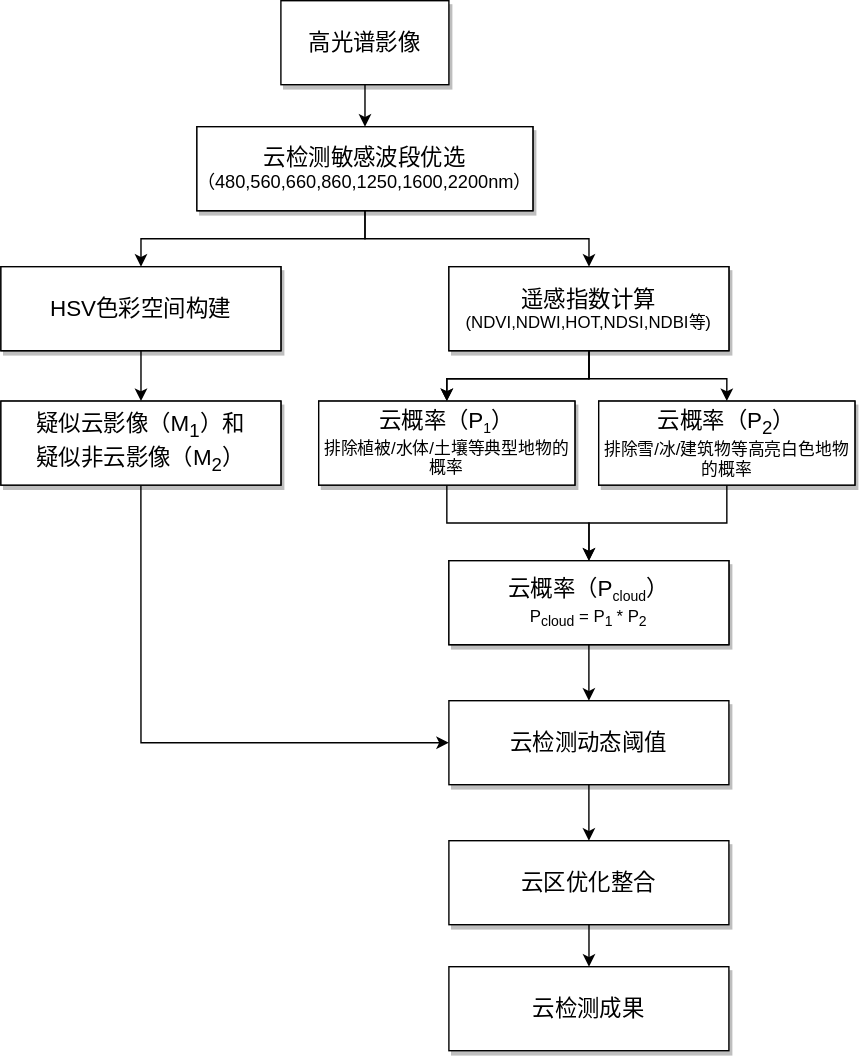
Above: 高光谱论文.svg in tianjg/tianjg.github.io (draw.io), before the change. Source tidied: cells renumbered, new cells last; positions are measured from the earlier drawing's top-left corner, leaving out a move shared by most shapes.
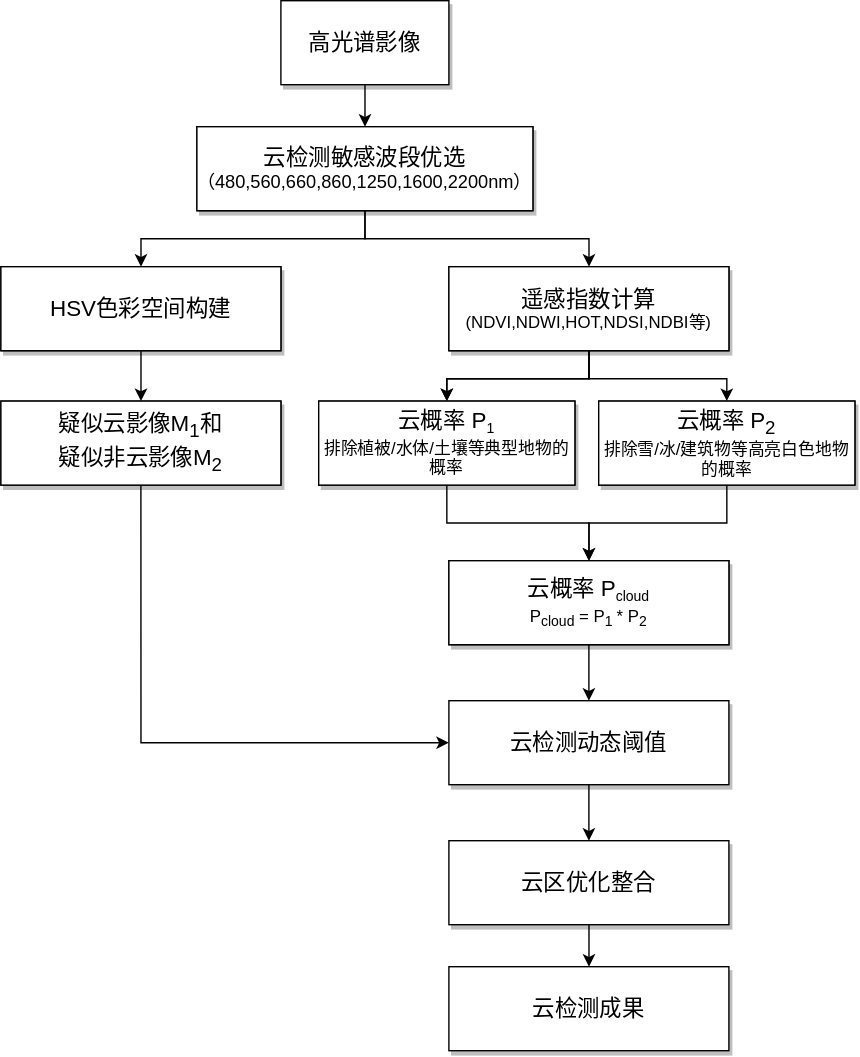
After the change.

Commit message:
更新高光谱论文.svg

The edit, as a diff of the source:
```diff
@@ -84,19 +84,19 @@
     <mxCell id="27" value="&lt;font style=&quot;font-size: 16px&quot;&gt;HSV色彩空间构建&lt;/font&gt;" style="whiteSpace=wrap;html=1;rounded=0;shadow=1;" parent="1" vertex="1">
       <mxGeometry y="190" width="200" height="60" as="geometry" />
     </mxCell>
-    <mxCell id="28" value="&lt;font style=&quot;font-size: 16px&quot;&gt;疑似云影像（M&lt;sub&gt;1&lt;/sub&gt;）和&lt;br&gt;疑似非云影像（M&lt;sub&gt;2&lt;/sub&gt;）&lt;/font&gt;" style="whiteSpace=wrap;html=1;rounded=0;shadow=1;" parent="1" vertex="1">
+    <mxCell id="28" value="&lt;font style=&quot;font-size: 16px&quot;&gt;疑似云影像M&lt;sub&gt;1&lt;/sub&gt;和&lt;br&gt;疑似非云影像M&lt;sub&gt;2&lt;/sub&gt;&lt;/font&gt;" style="whiteSpace=wrap;html=1;rounded=0;shadow=1;" parent="1" vertex="1">
       <mxGeometry y="286" width="200" height="60" as="geometry" />
     </mxCell>
-    <mxCell id="29" value="&lt;font style=&quot;font-size: 16px&quot;&gt;云概率（P&lt;/font&gt;&lt;font style=&quot;font-size: 12px&quot;&gt;&lt;sub&gt;1&lt;/sub&gt;&lt;/font&gt;&lt;font style=&quot;font-size: 16px&quot;&gt;）&lt;/font&gt;&lt;br style=&quot;box-sizing: content-box ; margin: 0px ; padding: 0px&quot;&gt;排除植被/水体/土壤等典型地物的概率" style="whiteSpace=wrap;html=1;rounded=0;shadow=1;" parent="1" vertex="1">
+    <mxCell id="29" value="&lt;font style=&quot;font-size: 16px&quot;&gt;云概率 P&lt;/font&gt;&lt;font style=&quot;font-size: 12px&quot;&gt;&lt;sub&gt;1&lt;/sub&gt;&lt;/font&gt;&lt;br style=&quot;box-sizing: content-box ; margin: 0px ; padding: 0px&quot;&gt;排除植被/水体/土壤等典型地物的概率" style="whiteSpace=wrap;html=1;rounded=0;shadow=1;" parent="1" vertex="1">
       <mxGeometry x="227" y="286" width="183" height="60" as="geometry" />
     </mxCell>
     <mxCell id="30" value="&lt;font style=&quot;font-size: 16px&quot;&gt;遥感指数计算&lt;/font&gt;&lt;br style=&quot;box-sizing: content-box ; margin: 0px ; padding: 0px&quot;&gt;(NDVI,NDWI,HOT,NDSI,NDBI等)" style="whiteSpace=wrap;html=1;rounded=0;shadow=1;" parent="1" vertex="1">
       <mxGeometry x="320" y="190" width="200" height="60" as="geometry" />
     </mxCell>
-    <mxCell id="31" value="&lt;font style=&quot;font-size: 16px&quot;&gt;云概率（P&lt;sub&gt;2&lt;/sub&gt;）&lt;/font&gt;&lt;br style=&quot;box-sizing: content-box ; margin: 0px ; padding: 0px&quot;&gt;排除雪/冰/建筑物等高亮白色地物的概率" style="whiteSpace=wrap;html=1;rounded=0;shadow=1;" parent="1" vertex="1">
+    <mxCell id="31" value="&lt;font style=&quot;font-size: 16px&quot;&gt;云概率 P&lt;sub&gt;2&lt;/sub&gt;&lt;/font&gt;&lt;br style=&quot;box-sizing: content-box ; margin: 0px ; padding: 0px&quot;&gt;排除雪/冰/建筑物等高亮白色地物的概率" style="whiteSpace=wrap;html=1;rounded=0;shadow=1;" parent="1" vertex="1">
       <mxGeometry x="427" y="286" width="183" height="60" as="geometry" />
     </mxCell>
-    <mxCell id="32" value="&lt;font style=&quot;font-size: 16px&quot;&gt;云概率（P&lt;/font&gt;&lt;font style=&quot;font-size: 12px&quot;&gt;&lt;sub&gt;cloud&lt;/sub&gt;&lt;/font&gt;&lt;font style=&quot;font-size: 16px&quot;&gt;）&lt;/font&gt;&lt;br style=&quot;box-sizing: content-box ; margin: 0px ; padding: 0px&quot;&gt;P&lt;sub&gt;cloud&lt;/sub&gt; = P&lt;sub&gt;1 &lt;/sub&gt;* P&lt;sub&gt;2&lt;/sub&gt;" style="whiteSpace=wrap;html=1;rounded=0;shadow=1;" parent="1" vertex="1">
+    <mxCell id="32" value="&lt;font style=&quot;font-size: 16px&quot;&gt;云概率 P&lt;/font&gt;&lt;font style=&quot;font-size: 12px&quot;&gt;&lt;sub&gt;cloud&lt;/sub&gt;&lt;/font&gt;&lt;br style=&quot;box-sizing: content-box ; margin: 0px ; padding: 0px&quot;&gt;P&lt;sub&gt;cloud&lt;/sub&gt; = P&lt;sub&gt;1 &lt;/sub&gt;* P&lt;sub&gt;2&lt;/sub&gt;" style="whiteSpace=wrap;html=1;rounded=0;shadow=1;" parent="1" vertex="1">
       <mxGeometry x="320" y="400" width="200" height="60" as="geometry" />
     </mxCell>
   </root>
```
